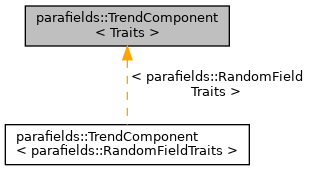
The Graphviz diagram a00965.png in parafields/parafields-core, before a commit. Its source is kept beside it as a00965.dot.
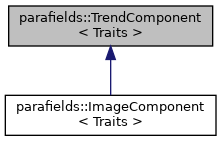
Above is the later version.

Diff of the diagram source:
```diff
@@ -3,6 +3,6 @@
   edge [fontname="Helvetica",fontsize="10",labelfontname="Helvetica",labelfontsize="10"];
   node [fontname="Helvetica",fontsize="10",shape=record];
   Node1 [label="parafields::TrendComponent\l\< Traits \>",height=0.2,width=0.4,color="black", fillcolor="grey75", style="filled", fontcolor="black",tooltip="Component of random field representing deterministic structure."];
-  Node1 -> Node2 [dir="back",color="orange",fontsize="10",style="dashed",label=" \< parafields::RandomField\lTraits \>" ,fontname="Helvetica"];
-  Node2 [label="parafields::TrendComponent\l\< parafields::RandomFieldTraits \>",height=0.2,width=0.4,color="black", fillcolor="white", style="filled",URL="$a00966.html",tooltip=" "];
+  Node1 -> Node2 [dir="back",color="midnightblue",fontsize="10",style="solid",fontname="Helvetica"];
+  Node2 [label="parafields::ImageComponent\l\< Traits \>",height=0.2,width=0.4,color="black", fillcolor="white", style="filled",URL="$a00970.html",tooltip="Component of random field based on pixel image."];
 }
```
